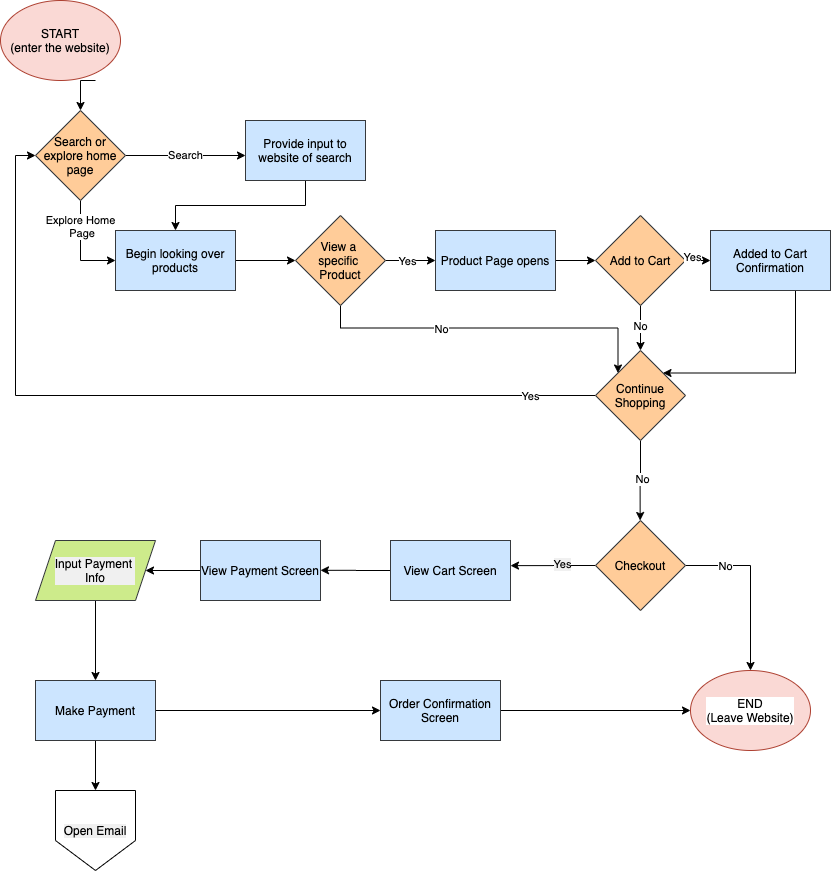
The draw.io diagram part2/part2.drawio.png in nidhigiridhar/wi21-cse110-lab4, before a commit. Source tidied: cells renumbered, new cells last; positions are measured from the earlier drawing's top-left corner, leaving out a move shared by most shapes.
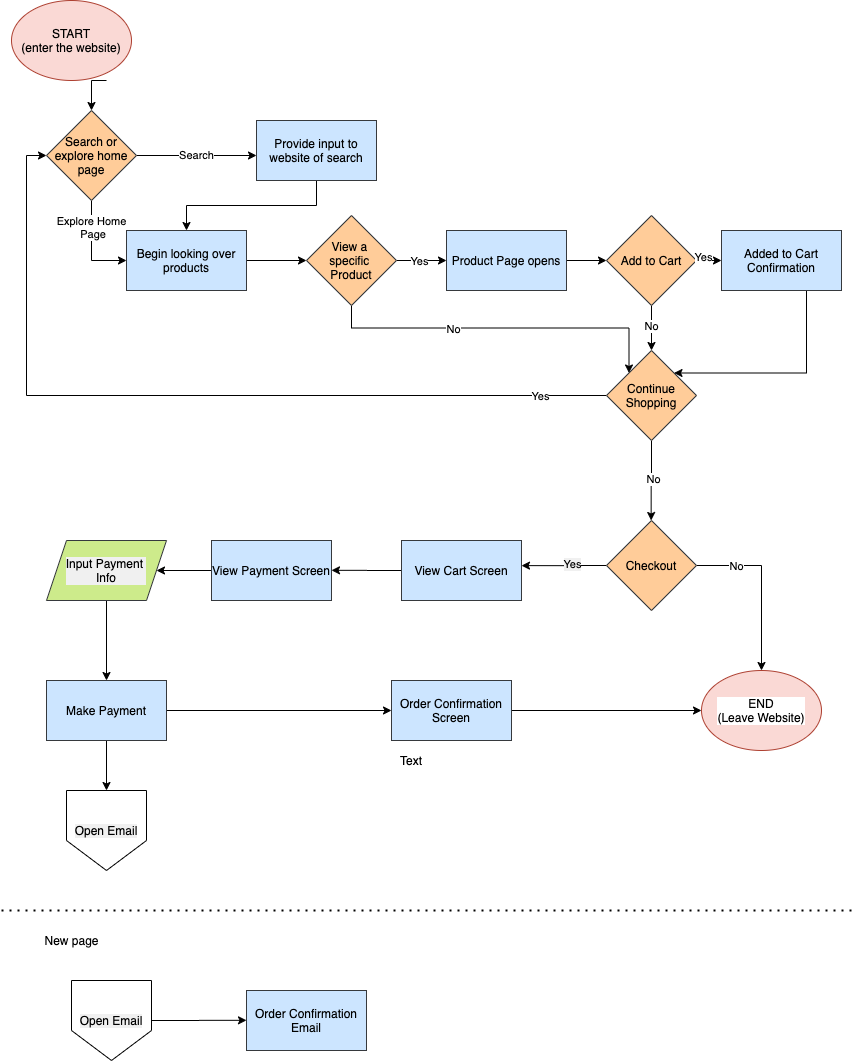
Above is the later version.

Commit message:
Update flowchart in part2

Change to the diagram source:
```diff
@@ -169,5 +169,28 @@
     <mxCell id="47" value="Open Email" style="shape=offPageConnector;whiteSpace=wrap;html=1;labelBackgroundColor=#F0F0F0;fontColor=#000000;" parent="1" vertex="1">
       <mxGeometry x="55" y="790" width="80" height="80" as="geometry" />
     </mxCell>
+    <mxCell id="48" style="edgeStyle=orthogonalEdgeStyle;rounded=0;jettySize=auto;html=1;exitX=1;exitY=0.5;exitDx=0;exitDy=0;labelBackgroundColor=#FFFFFF;fontColor=#000000;" parent="1" edge="1" source="49">
+      <mxGeometry relative="1" as="geometry">
+        <mxPoint x="235" y="1019.8" as="targetPoint" />
+      </mxGeometry>
+    </mxCell>
+    <mxCell id="49" value="Open Email" style="shape=offPageConnector;whiteSpace=wrap;html=1;labelBackgroundColor=#F0F0F0;fontColor=#000000;" parent="1" vertex="1">
+      <mxGeometry x="60" y="980" width="80" height="80" as="geometry" />
+    </mxCell>
+    <mxCell id="50" value="Order Confirmation Email" style="rounded=0;whiteSpace=wrap;html=1;fillColor=#cce5ff;strokeColor=#36393d;fontColor=#000000;" parent="1" vertex="1">
+      <mxGeometry x="235" y="990" width="120" height="60" as="geometry" />
+    </mxCell>
+    <mxCell id="51" style="endArrow=none;dashed=1;html=1;dashPattern=1 3;strokeWidth=2;" parent="1" edge="1">
+      <mxGeometry relative="1" as="geometry">
+        <mxPoint x="-10" y="910" as="sourcePoint" />
+        <mxPoint x="840" y="910" as="targetPoint" />
+      </mxGeometry>
+    </mxCell>
+    <mxCell id="52" value="Text" style="text;html=1;strokeColor=none;fillColor=none;align=center;verticalAlign=middle;whiteSpace=wrap;rounded=0;" parent="1" vertex="1">
+      <mxGeometry x="380" y="750" width="40" height="20" as="geometry" />
+    </mxCell>
+    <mxCell id="53" value="New page" style="text;html=1;align=center;verticalAlign=middle;" parent="1" vertex="1">
+      <mxGeometry x="25" y="930" width="70" height="20" as="geometry" />
+    </mxCell>
   </root>
 </mxGraphModel>
```
